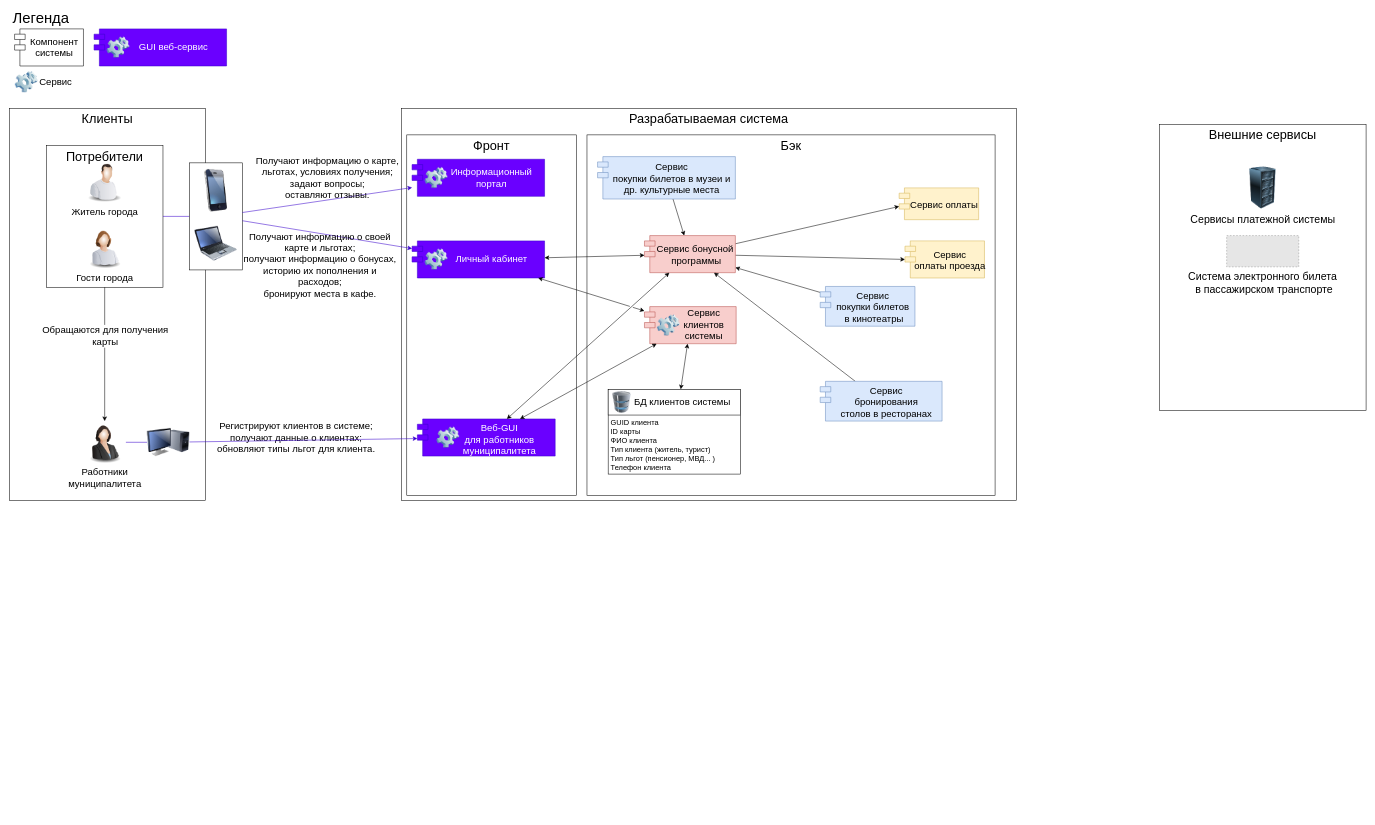
The draw.io diagram src/Архитектура системы.drawio in era-ants/diagrams, before the edit. Source tidied: cells renumbered, new cells numbered last; positions are measured from the earlier drawing's top-left corner, leaving out a move shared by most shapes. Both pictures are drawn from the tidied source at 53%, with x=0, y=0 at pixel (9, 13). Pictures stored in the file or linked from it are replaced by grey dashed boxes.
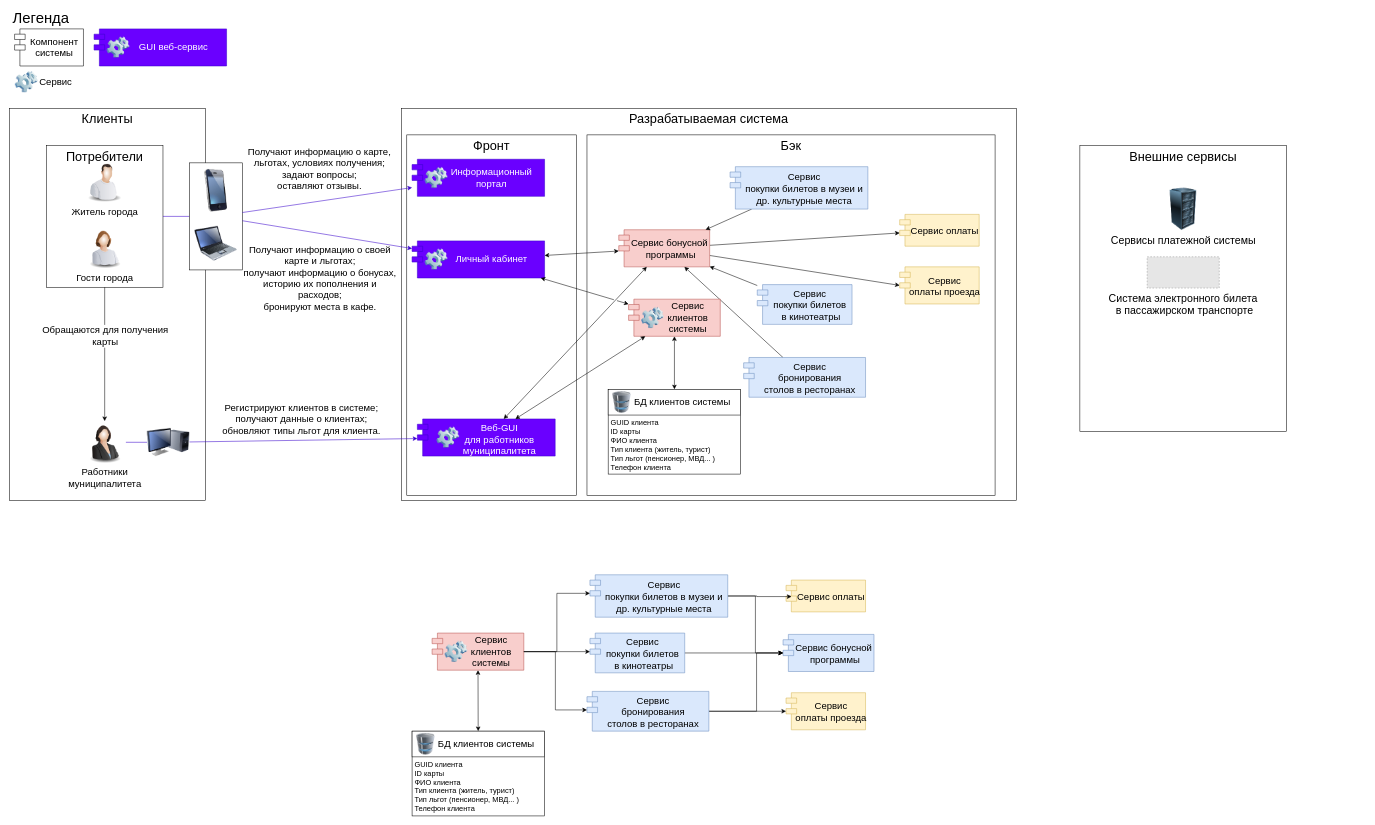
The same page after the edit.

Commit message:
refactor!: new connection structure between microservices.drawio

The change refers to these unchanged cells:
```xml
<mxCell id="31" style="edgeStyle=none;rounded=0;jettySize=auto;html=1;fontSize=18;startArrow=none;startFill=0;fillColor=#6a00ff;strokeColor=#3700CC;endArrow=none;" parent="1" edge="1" source="25" target="30">
  <mxGeometry relative="1" as="geometry" />
</mxCell>
<mxCell id="47" style="edgeStyle=none;rounded=0;jettySize=auto;html=1;fontSize=24;startArrow=none;startFill=1;fillColor=#6a00ff;strokeColor=#3700CC;" parent="1" edge="1" source="35" target="45">
  <mxGeometry relative="1" as="geometry" />
</mxCell>
<mxCell id="52" style="edgeStyle=none;rounded=0;jettySize=auto;html=1;fontSize=18;startArrow=classic;startFill=1;fillColor=#6a00ff;strokeColor=#3700CC;labelBackgroundColor=none;endArrow=none;" parent="1" edge="1" source="42" target="35">
  <mxGeometry relative="1" as="geometry" />
</mxCell>
```

Change to the diagram source:
```diff
@@
     <mxCell id="5" value="Внешние сервисы" style="rounded=0;whiteSpace=wrap;html=1;fontSize=24;verticalAlign=top;" parent="1" vertex="1">
-      <mxGeometry x="2170" y="210" width="390" height="540" as="geometry" />
+      <mxGeometry x="2020" y="250" width="390" height="540" as="geometry" />
     </mxCell>
     <mxCell id="6" value="Сервисы платежной системы" style="image;html=1;image=img/lib/clip_art/computers/Server_Rack_128x128.png;fontSize=20;" parent="1" vertex="1">
-      <mxGeometry x="2325" y="290" width="80" height="80" as="geometry" />
+      <mxGeometry x="2175" y="330" width="80" height="80" as="geometry" />
     </mxCell>
     <mxCell id="7" value="Сервис оплаты" style="shape=module;align=left;spacingLeft=20;align=center;verticalAlign=middle;fillColor=#fff2cc;strokeColor=#d6b656;fontSize=18;" parent="1" vertex="1">
-      <mxGeometry x="1679" y="330" width="150" height="60" as="geometry" />
+      <mxGeometry x="1680" y="380" width="150" height="60" as="geometry" />
     </mxCell>
@@
     <mxCell id="10" value="Сервис бонусной&#10; программы" style="shape=module;align=left;spacingLeft=20;align=center;verticalAlign=middle;fillColor=#f8cecc;strokeColor=#b85450;fontSize=18;" parent="1" vertex="1">
-      <mxGeometry x="1198.5" y="420" width="171.5" height="70" as="geometry" />
+      <mxGeometry x="1150" y="409" width="171.5" height="70" as="geometry" />
     </mxCell>
     <mxCell id="11" value="Сервис &#10;оплаты проезда" style="shape=module;align=left;spacingLeft=20;align=center;verticalAlign=middle;fillColor=#fff2cc;strokeColor=#d6b656;fontSize=18;" parent="1" vertex="1">
-      <mxGeometry x="1690" y="430" width="150" height="70" as="geometry" />
+      <mxGeometry x="1680" y="479" width="150" height="70" as="geometry" />
     </mxCell>
@@
     <mxCell id="13" value="Сервис &#10;бронирования &#10;столов в ресторанах" style="shape=module;align=left;spacingLeft=20;align=center;verticalAlign=middle;gradientDirection=west;fillColor=#dae8fc;strokeColor=#6c8ebf;fontSize=18;" parent="1" vertex="1">
-      <mxGeometry x="1530" y="695" width="230" height="75" as="geometry" />
+      <mxGeometry x="1385.6" y="650" width="230" height="75" as="geometry" />
     </mxCell>
     <mxCell id="14" value="Система электронного билета&#10; в пассажирском транспорте" style="fillColor=#E6E6E6;strokeColor=#999999;dashed=1;verticalLabelPosition=bottom;labelBackgroundColor=#ffffff;verticalAlign=top;fontSize=20;" parent="1" vertex="1">
-      <mxGeometry x="2297" y="420" width="136" height="59" as="geometry" />
+      <mxGeometry x="2147" y="460" width="136" height="59" as="geometry" />
     </mxCell>
@@
     <mxCell id="16" value="Сервис &#10;покупки билетов&#10; в кинотеатры" style="shape=module;align=left;spacingLeft=20;align=center;verticalAlign=middle;fillColor=#dae8fc;strokeColor=#6c8ebf;fontSize=18;" parent="1" vertex="1">
-      <mxGeometry x="1530" y="516" width="178.8" height="75" as="geometry" />
+      <mxGeometry x="1411.3" y="512.5" width="178.8" height="75" as="geometry" />
     </mxCell>
@@
     <mxCell id="18" value="Сервис &#10;покупки билетов в музеи и &#10;др. культурные места" style="shape=module;align=left;spacingLeft=20;align=center;verticalAlign=middle;fillColor=#dae8fc;strokeColor=#6c8ebf;fontSize=18;" parent="1" vertex="1">
-      <mxGeometry x="1110" y="271" width="260" height="80" as="geometry" />
+      <mxGeometry x="1360" y="290" width="260" height="80" as="geometry" />
     </mxCell>
@@
     <mxCell id="32" value="&lt;div&gt;Регистрируют клиентов в системе;&lt;/div&gt;&lt;div&gt;получают данные о клиентах;&lt;/div&gt;&lt;div&gt;обновляют типы льгот для клиента.&lt;br&gt;&lt;/div&gt;" style="edgeLabel;html=1;align=center;verticalAlign=middle;fontSize=18;labelBackgroundColor=none;" parent="31" vertex="1">
       <mxGeometry x="-0.66" y="1" relative="1" as="geometry">
-        <mxPoint x="313" y="-8" as="offset" />
+        <mxPoint x="323" y="-43" as="offset" />
       </mxGeometry>
     </mxCell>
@@
     <mxCell id="48" value="&lt;div&gt;Получают информацию о карте,&lt;/div&gt;&lt;div&gt;льготах, условиях получения;&lt;/div&gt;&lt;div&gt;задают вопросы;&lt;/div&gt;&lt;div&gt;оставляют отзывы.&lt;/div&gt;" style="edgeLabel;html=1;align=center;verticalAlign=middle;fontSize=18;labelBackgroundColor=none;" parent="47" vertex="1">
       <mxGeometry x="0.11" y="3" relative="1" as="geometry">
-        <mxPoint x="-18" y="-36" as="offset" />
+        <mxPoint x="-33" y="-53" as="offset" />
       </mxGeometry>
     </mxCell>
@@
     <mxCell id="53" value="&lt;div&gt;Получают информацию о своей&lt;br&gt;карте и льготах;&lt;/div&gt;&lt;div&gt;получают информацию о бонусах,&lt;br&gt;историю их пополнения и&lt;/div&gt;&lt;div&gt;расходов;&lt;/div&gt;&lt;div&gt;бронируют места в кафе.&lt;/div&gt;" style="edgeLabel;html=1;align=center;verticalAlign=middle;fontSize=18;labelBackgroundColor=none;" parent="52" vertex="1">
       <mxGeometry x="-0.31" relative="1" as="geometry">
-        <mxPoint x="-64" y="49" as="offset" />
+        <mxPoint x="-64" y="74" as="offset" />
       </mxGeometry>
     </mxCell>
@@
     <mxCell id="55" style="group;" parent="1" vertex="1">
-      <mxGeometry x="1198.5" y="554" width="173" height="70" as="geometry" />
+      <mxGeometry x="1168.5" y="540" width="173" height="70" as="geometry" />
     </mxCell>
@@
+    <mxCell id="68" value="Сервис оплаты" style="shape=module;align=left;spacingLeft=20;align=center;verticalAlign=middle;fillColor=#fff2cc;strokeColor=#d6b656;fontSize=18;" parent="1" vertex="1">
+      <mxGeometry x="1465.6" y="1070" width="150" height="60" as="geometry" />
+    </mxCell>
+    <mxCell id="69" value="Сервис бонусной&#10; программы" style="shape=module;align=left;spacingLeft=20;align=center;verticalAlign=middle;fillColor=#dae8fc;strokeColor=#6c8ebf;fontSize=18;" parent="1" vertex="1">
+      <mxGeometry x="1460" y="1172.5" width="171.5" height="70" as="geometry" />
+    </mxCell>
+    <mxCell id="70" value="Сервис &#10;оплаты проезда" style="shape=module;align=left;spacingLeft=20;align=center;verticalAlign=middle;fillColor=#fff2cc;strokeColor=#d6b656;fontSize=18;" parent="1" vertex="1">
+      <mxGeometry x="1465.6" y="1282.5" width="150" height="70" as="geometry" />
+    </mxCell>
+    <mxCell id="71" style="edgeStyle=orthogonalEdgeStyle;rounded=0;jettySize=auto;html=1;exitX=1;exitY=0.5;exitDx=0;exitDy=0;entryX=0;entryY=0;entryDx=0;entryDy=35;entryPerimeter=0;" parent="1" edge="1" source="73" target="69">
+      <mxGeometry relative="1" as="geometry">
+        <Array as="points">
+          <mxPoint x="1410" y="1318" />
+          <mxPoint x="1410" y="1208" />
+        </Array>
+      </mxGeometry>
+    </mxCell>
+    <mxCell id="72" style="edgeStyle=orthogonalEdgeStyle;rounded=0;jettySize=auto;html=1;exitX=1;exitY=0.5;exitDx=0;exitDy=0;entryX=0;entryY=0;entryDx=0;entryDy=35;entryPerimeter=0;" parent="1" edge="1" source="73" target="70">
+      <mxGeometry relative="1" as="geometry" />
+    </mxCell>
+    <mxCell id="73" value="Сервис &#10;бронирования &#10;столов в ресторанах" style="shape=module;align=left;spacingLeft=20;align=center;verticalAlign=middle;gradientDirection=west;fillColor=#dae8fc;strokeColor=#6c8ebf;fontSize=18;" parent="1" vertex="1">
+      <mxGeometry x="1090" y="1280" width="230" height="75" as="geometry" />
+    </mxCell>
+    <mxCell id="74" style="edgeStyle=orthogonalEdgeStyle;rounded=0;jettySize=auto;html=1;exitX=1;exitY=0.5;exitDx=0;exitDy=0;entryX=0;entryY=0;entryDx=0;entryDy=35;entryPerimeter=0;" parent="1" edge="1" source="75" target="69">
+      <mxGeometry relative="1" as="geometry" />
+    </mxCell>
+    <mxCell id="75" value="Сервис &#10;покупки билетов&#10; в кинотеатры" style="shape=module;align=left;spacingLeft=20;align=center;verticalAlign=middle;fillColor=#dae8fc;strokeColor=#6c8ebf;fontSize=18;" parent="1" vertex="1">
+      <mxGeometry x="1095.6" y="1170" width="178.8" height="75" as="geometry" />
+    </mxCell>
+    <mxCell id="76" style="edgeStyle=orthogonalEdgeStyle;rounded=0;jettySize=auto;html=1;exitX=1;exitY=0.5;exitDx=0;exitDy=0;entryX=0;entryY=0;entryDx=0;entryDy=35;entryPerimeter=0;" parent="1" edge="1" source="78" target="69">
+      <mxGeometry relative="1" as="geometry" />
+    </mxCell>
+    <mxCell id="77" style="edgeStyle=orthogonalEdgeStyle;rounded=0;jettySize=auto;html=1;exitX=1;exitY=0.5;exitDx=0;exitDy=0;entryX=0.069;entryY=0.519;entryDx=0;entryDy=0;entryPerimeter=0;" parent="1" edge="1" source="78" target="68">
+      <mxGeometry relative="1" as="geometry" />
+    </mxCell>
+    <mxCell id="78" value="Сервис &#10;покупки билетов в музеи и &#10;др. культурные места" style="shape=module;align=left;spacingLeft=20;align=center;verticalAlign=middle;fillColor=#dae8fc;strokeColor=#6c8ebf;fontSize=18;" parent="1" vertex="1">
+      <mxGeometry x="1095.6" y="1060" width="260" height="80" as="geometry" />
+    </mxCell>
+    <mxCell id="79" style="group;" parent="1" vertex="1">
+      <mxGeometry x="760" y="1355" width="250" height="160" as="geometry" />
+    </mxCell>
+    <mxCell id="80" value="&lt;div style=&quot;font-size: 14px&quot;&gt;GUID клиента&lt;br&gt;ID карты&lt;br&gt;&lt;/div&gt;&lt;div style=&quot;font-size: 14px&quot;&gt;ФИО клиента&lt;/div&gt;&lt;div style=&quot;font-size: 14px&quot;&gt;Тип клиента (житель, турист)&lt;/div&gt;&lt;div style=&quot;font-size: 14px&quot;&gt;Тип льгот (пенсионер, МВД... )&lt;/div&gt;&lt;div style=&quot;font-size: 14px&quot;&gt;Телефон клиента&lt;/div&gt;" style="rounded=0;whiteSpace=wrap;html=1;verticalAlign=top;align=left;spacing=5;fontSize=14;spacingTop=45;" parent="79" vertex="1">
+      <mxGeometry width="250" height="160" as="geometry" />
+    </mxCell>
+    <mxCell id="81" value="БД клиентов системы" style="rounded=0;whiteSpace=wrap;html=1;fontSize=18;align=center;spacingLeft=30;" parent="79" vertex="1">
+      <mxGeometry width="250" height="48.6" as="geometry" />
+    </mxCell>
+    <mxCell id="82" style="image;html=1;image=img/lib/clip_art/computers/Database_128x128.png;fontSize=24;sketch=0;" parent="79" vertex="1">
+      <mxGeometry x="7.4" y="4" width="36.8" height="40.5" as="geometry" />
+    </mxCell>
+    <mxCell id="83" style="edgeStyle=none;rounded=0;jettySize=auto;html=1;fontSize=14;startArrow=classic;startFill=1;" parent="1" edge="1" source="85" target="80">
+      <mxGeometry relative="1" as="geometry" />
+    </mxCell>
+    <mxCell id="84" style="group;" parent="1" vertex="1">
+      <mxGeometry x="797.8" y="1170" width="173" height="70" as="geometry" />
+    </mxCell>
+    <mxCell id="85" value="Сервис клиентов&#10;системы" style="shape=module;align=left;spacingLeft=50;align=center;verticalAlign=middle;fillColor=#f8cecc;strokeColor=#b85450;fontSize=18;whiteSpace=wrap;" parent="84" vertex="1">
+      <mxGeometry width="173" height="70" as="geometry" />
+    </mxCell>
+    <mxCell id="86" style="image;html=1;image=img/lib/clip_art/computers/Software_128x128.png;sketch=0;fontSize=18;align=left;labelPosition=right;verticalLabelPosition=middle;verticalAlign=middle;labelBackgroundColor=none;" parent="84" vertex="1">
+      <mxGeometry x="23" y="15" width="45" height="40" as="geometry" />
+    </mxCell>
+    <mxCell id="87" style="edgeStyle=orthogonalEdgeStyle;rounded=0;jettySize=auto;html=1;exitX=1;exitY=0.5;exitDx=0;exitDy=0;entryX=0;entryY=0;entryDx=0;entryDy=35;entryPerimeter=0;" parent="1" edge="1" source="85" target="75">
+      <mxGeometry relative="1" as="geometry" />
+    </mxCell>
+    <mxCell id="88" style="edgeStyle=orthogonalEdgeStyle;rounded=0;jettySize=auto;html=1;exitX=1;exitY=0.5;exitDx=0;exitDy=0;entryX=0;entryY=0;entryDx=0;entryDy=35;entryPerimeter=0;" parent="1" edge="1" source="85" target="73">
+      <mxGeometry relative="1" as="geometry" />
+    </mxCell>
+    <mxCell id="89" style="edgeStyle=orthogonalEdgeStyle;rounded=0;jettySize=auto;html=1;exitX=1;exitY=0.5;exitDx=0;exitDy=0;entryX=0;entryY=0;entryDx=0;entryDy=35;entryPerimeter=0;" parent="1" edge="1" source="85" target="78">
+      <mxGeometry relative="1" as="geometry" />
+    </mxCell>
```
